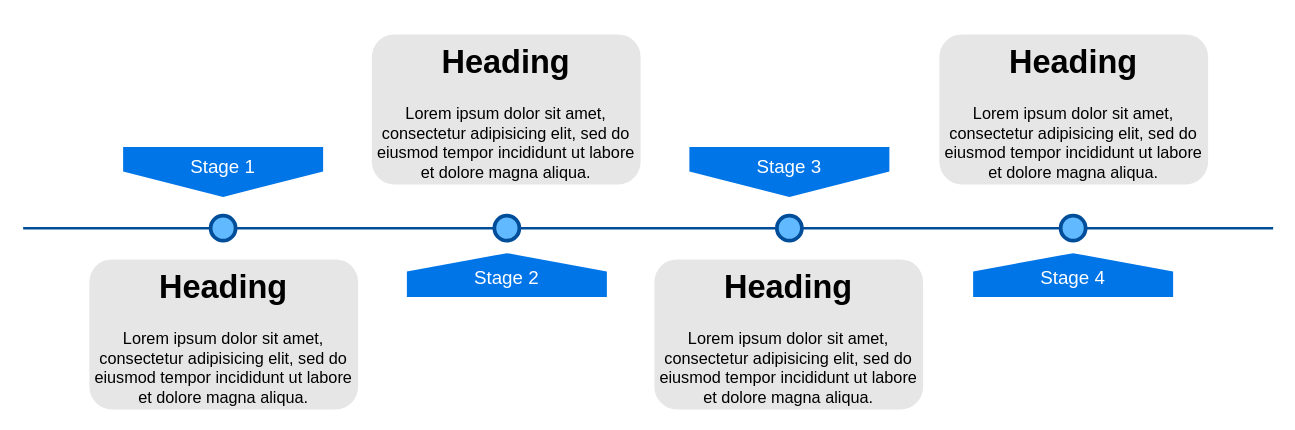
The draw.io diagram 14-finalapp/Untitled Diagram.drawio in RdAllen/Book, before the edit. Source tidied: cells renumbered, new cells numbered last; positions are measured from the earlier drawing's top-left corner, leaving out a move shared by most shapes. Both pictures are drawn from the tidied source at 125%, with x=0, y=0 at pixel (22, 34).
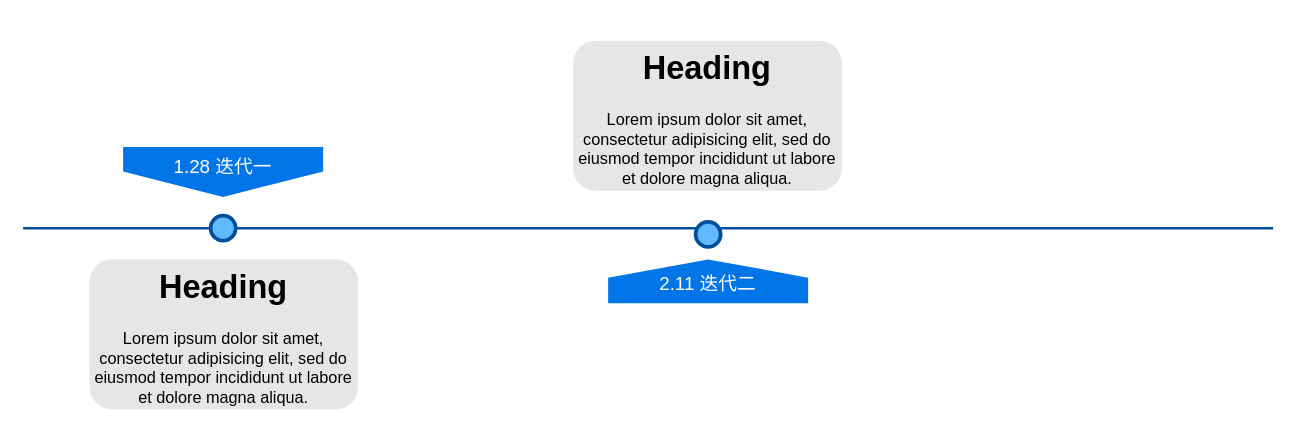
The same diagram, later.

Diff of the diagram source:
```diff
@@
 <mxGraphModel background="#ffffff">
   <root>
     <mxCell id="0" />
     <mxCell id="1" parent="0" />
     <mxCell id="2" style="line;strokeWidth=2;html=1;fillColor=none;fontSize=28;fontColor=#004D99;strokeColor=#004D99;" parent="1" vertex="1">
       <mxGeometry y="150" width="1000" height="10" as="geometry" />
     </mxCell>
-    <mxCell id="3" value="Stage 1" style="shape=offPageConnector;whiteSpace=wrap;html=1;fillColor=#0075E8;fontSize=15;fontColor=#FFFFFF;size=0.5093750000000015;verticalAlign=top;strokeColor=none;" parent="1" vertex="1">
+    <mxCell id="3" value="1.28 迭代一" style="shape=offPageConnector;whiteSpace=wrap;html=1;fillColor=#0075E8;fontSize=15;fontColor=#FFFFFF;size=0.5093750000000015;verticalAlign=top;strokeColor=none;" parent="1" vertex="1">
       <mxGeometry x="80" y="90" width="160" height="40" as="geometry" />
     </mxCell>
-    <mxCell id="4" value="&lt;span&gt;Stage 3&lt;/span&gt;" style="shape=offPageConnector;whiteSpace=wrap;html=1;fillColor=#0075E8;fontSize=15;fontColor=#FFFFFF;size=0.5093750000000015;verticalAlign=top;strokeColor=none;" parent="1" vertex="1">
-      <mxGeometry x="533" y="90" width="160" height="40" as="geometry" />
-    </mxCell>
-    <mxCell id="5" value="&lt;span&gt;Stage 2&lt;/span&gt;" style="shape=offPageConnector;whiteSpace=wrap;html=1;fillColor=#0075E8;fontSize=15;fontColor=#FFFFFF;size=0.4178571428571445;flipV=1;verticalAlign=bottom;strokeColor=none;spacingBottom=4;" parent="1" vertex="1">
-      <mxGeometry x="307" y="175" width="160" height="35" as="geometry" />
+    <mxCell id="5" value="2.11 迭代二" style="shape=offPageConnector;whiteSpace=wrap;html=1;fillColor=#0075E8;fontSize=15;fontColor=#FFFFFF;size=0.4178571428571445;flipV=1;verticalAlign=bottom;strokeColor=none;spacingBottom=4;" parent="1" vertex="1">
+      <mxGeometry x="468" y="180" width="160" height="35" as="geometry" />
     </mxCell>
-    <mxCell id="6" value="&lt;span&gt;Stage 4&lt;/span&gt;" style="shape=offPageConnector;whiteSpace=wrap;html=1;fillColor=#0075E8;fontSize=15;fontColor=#FFFFFF;size=0.4178571428571445;flipV=1;verticalAlign=bottom;strokeColor=none;spacingBottom=4;" parent="1" vertex="1">
-      <mxGeometry x="760" y="175" width="160" height="35" as="geometry" />
-    </mxCell>
     <mxCell id="7" style="ellipse;whiteSpace=wrap;html=1;fillColor=#61BAFF;fontSize=28;fontColor=#004D99;strokeWidth=3;strokeColor=#004D99;" parent="1" vertex="1">
       <mxGeometry x="150" y="145" width="20" height="20" as="geometry" />
     </mxCell>
     <mxCell id="8" style="ellipse;whiteSpace=wrap;html=1;fillColor=#61BAFF;fontSize=28;fontColor=#004D99;strokeWidth=3;strokeColor=#004D99;" parent="1" vertex="1">
-      <mxGeometry x="377" y="145" width="20" height="20" as="geometry" />
+      <mxGeometry x="538" y="150" width="20" height="20" as="geometry" />
     </mxCell>
-    <mxCell id="9" style="ellipse;whiteSpace=wrap;html=1;fillColor=#61BAFF;fontSize=28;fontColor=#004D99;strokeWidth=3;strokeColor=#004D99;" parent="1" vertex="1">
-      <mxGeometry x="603" y="145" width="20" height="20" as="geometry" />
-    </mxCell>
-    <mxCell id="10" style="ellipse;whiteSpace=wrap;html=1;fillColor=#61BAFF;fontSize=28;fontColor=#004D99;strokeWidth=3;strokeColor=#004D99;" parent="1" vertex="1">
-      <mxGeometry x="830" y="145" width="20" height="20" as="geometry" />
-    </mxCell>
     <mxCell id="11" value="&lt;h1&gt;Heading&lt;/h1&gt;&lt;p&gt;Lorem ipsum dolor sit amet, consectetur adipisicing elit, sed do eiusmod tempor incididunt ut labore et dolore magna aliqua.&lt;/p&gt;" style="text;html=1;spacing=5;spacingTop=-20;whiteSpace=wrap;overflow=hidden;strokeColor=none;strokeWidth=3;fillColor=#E6E6E6;fontSize=13;fontColor=#000000;align=center;rounded=1;" parent="1" vertex="1">
       <mxGeometry x="53" y="180" width="215" height="120" as="geometry" />
     </mxCell>
     <mxCell id="12" value="&lt;h1&gt;Heading&lt;/h1&gt;&lt;p&gt;Lorem ipsum dolor sit amet, consectetur adipisicing elit, sed do eiusmod tempor incididunt ut labore et dolore magna aliqua.&lt;/p&gt;" style="text;html=1;spacing=5;spacingTop=-20;whiteSpace=wrap;overflow=hidden;strokeColor=none;strokeWidth=3;fillColor=#E6E6E6;fontSize=13;fontColor=#000000;align=center;rounded=1;" parent="1" vertex="1">
-      <mxGeometry x="279" width="215" height="120" as="geometry" />
+      <mxGeometry x="440" y="5" width="215" height="120" as="geometry" />
     </mxCell>
-    <mxCell id="13" value="&lt;h1&gt;Heading&lt;/h1&gt;&lt;p&gt;Lorem ipsum dolor sit amet, consectetur adipisicing elit, sed do eiusmod tempor incididunt ut labore et dolore magna aliqua.&lt;/p&gt;" style="text;html=1;spacing=5;spacingTop=-20;whiteSpace=wrap;overflow=hidden;strokeColor=none;strokeWidth=3;fillColor=#E6E6E6;fontSize=13;fontColor=#000000;align=center;rounded=1;" parent="1" vertex="1">
-      <mxGeometry x="505" y="180" width="215" height="120" as="geometry" />
-    </mxCell>
-    <mxCell id="14" value="&lt;h1&gt;Heading&lt;/h1&gt;&lt;p&gt;Lorem ipsum dolor sit amet, consectetur adipisicing elit, sed do eiusmod tempor incididunt ut labore et dolore magna aliqua.&lt;/p&gt;" style="text;html=1;spacing=5;spacingTop=-20;whiteSpace=wrap;overflow=hidden;strokeColor=none;strokeWidth=3;fillColor=#E6E6E6;fontSize=13;fontColor=#000000;align=center;rounded=1;" parent="1" vertex="1">
-      <mxGeometry x="733" width="215" height="120" as="geometry" />
-    </mxCell>
   </root>
 </mxGraphModel>
```
